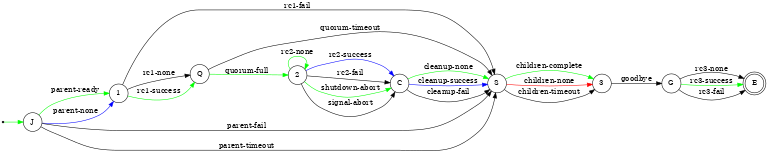
flux-framework/flux-core keeps this Graphviz diagram as src/broker/doc/states_norm.png. Above is the earlier version. Its source is kept beside it as src/broker/doc/states_norm.dot.
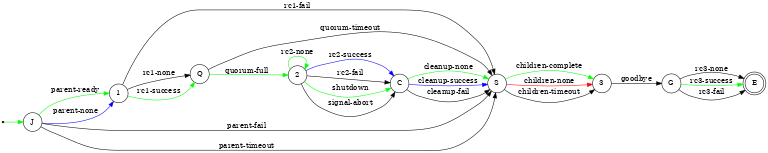
Later version of the same file.

Commit message:
broker: consolidate events into 'shutdown' event

Change to the diagram source:
```diff
@@ -20,7 +20,7 @@
     2 -> 2 [ label = "rc2-none", color = "green" ];
     2 -> C [ label = "rc2-success", color = "blue" ];
     2 -> C [ label = "rc2-fail" ];
-    2 -> C [ label = "shutdown-abort", color = "green" ];
+    2 -> C [ label = "shutdown", color = "green" ];
     2 -> C [ label = "signal-abort" ];
     C -> S [ label = "cleanup-none", color = "green" ];
     C -> S [ label = "cleanup-success", color = "blue" ];
```
